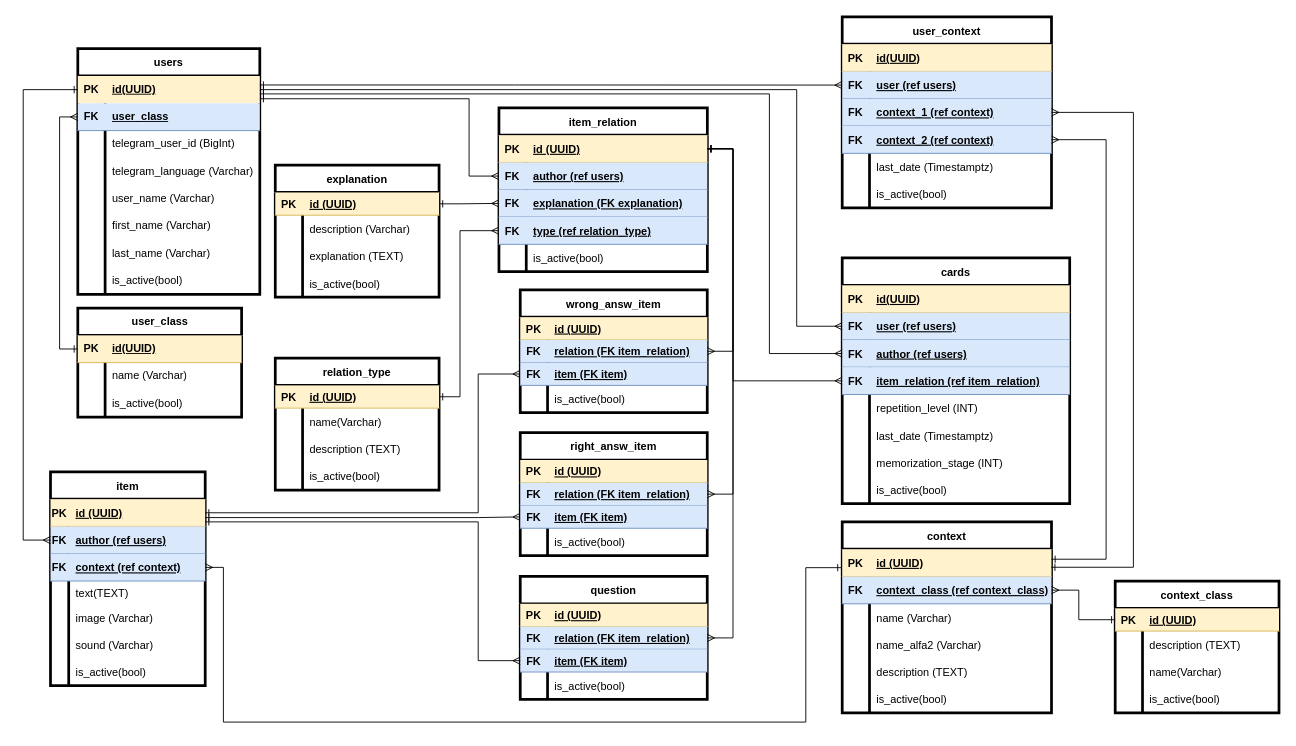
essayNEXT/REPETITOR keeps this draw.io diagram as doc/db_structure.drawio. Above is the earlier version. Source tidied: cells renumbered, new cells numbered last; positions are measured from the earlier drawing's top-left corner, leaving out a move shared by most shapes. Both pictures are drawn from the tidied source at 91%, with x=0, y=0 at pixel (23, 16).
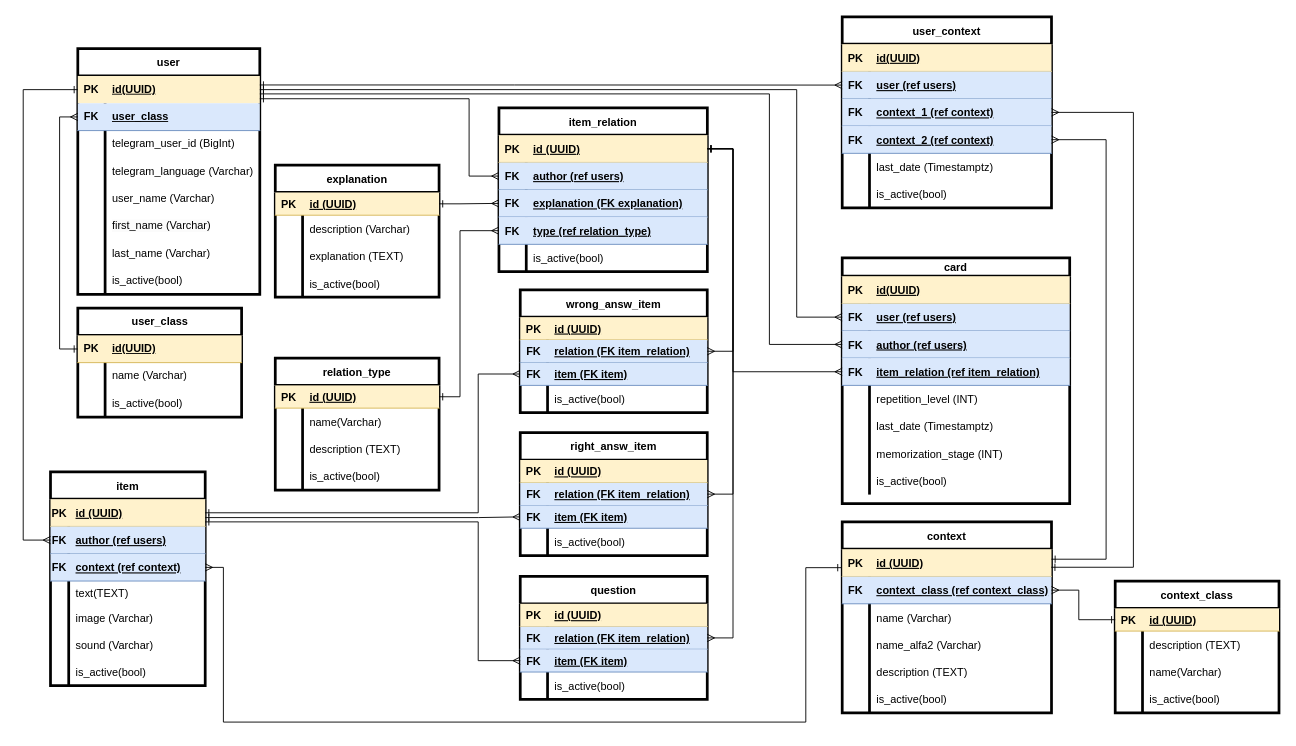
Above is the later version.

Change to the diagram source:
```diff
@@
-    <mxCell id="2" value="users" style="shape=table;startSize=30;childLayout=tableLayout;rowLines=0;fontStyle=1;align=center;html=1;whiteSpace=wrap;strokeWidth=3;" parent="1" vertex="1">
+    <mxCell id="2" value="user" style="shape=table;startSize=30;childLayout=tableLayout;rowLines=0;fontStyle=1;align=center;html=1;whiteSpace=wrap;strokeWidth=3;" parent="1" vertex="1">
       <mxGeometry x="60" y="35" width="200" height="270" as="geometry" />
     </mxCell>
@@
-    <mxCell id="76" value="cards" style="shape=table;startSize=30;childLayout=tableLayout;rowLines=0;fontStyle=1;align=center;strokeWidth=3;" parent="1" vertex="1">
+    <mxCell id="76" value="card" style="shape=table;startSize=20;childLayout=tableLayout;rowLines=0;fontStyle=1;align=center;strokeWidth=3;" parent="1" vertex="1">
       <mxGeometry x="900" y="265" width="250" height="270" as="geometry" />
     </mxCell>
     <mxCell id="77" style="shape=tableRow;horizontal=0;startSize=0;swimlaneHead=0;swimlaneBody=0;fillColor=#fff2cc;top=0;left=0;right=0;bottom=1;strokeColor=#d6b656;" parent="76" vertex="1">
-      <mxGeometry y="30" width="250" height="30" as="geometry" />
+      <mxGeometry y="20" width="250" height="30" as="geometry" />
     </mxCell>
@@
     <mxCell id="80" style="shape=tableRow;horizontal=0;startSize=0;swimlaneHead=0;swimlaneBody=0;fillColor=#dae8fc;points=[[0,0.5],[1,0.5]];portConstraint=eastwest;top=0;left=0;right=0;bottom=1;strokeColor=#6c8ebf;" parent="76" vertex="1">
-      <mxGeometry y="60" width="250" height="30" as="geometry" />
+      <mxGeometry y="50" width="250" height="30" as="geometry" />
     </mxCell>
@@
     <mxCell id="83" style="shape=tableRow;horizontal=0;startSize=0;swimlaneHead=0;swimlaneBody=0;fillColor=#dae8fc;points=[[0,0.5],[1,0.5]];portConstraint=eastwest;top=0;left=0;right=0;bottom=1;strokeColor=#6c8ebf;" parent="76" vertex="1">
-      <mxGeometry y="90" width="250" height="30" as="geometry" />
+      <mxGeometry y="80" width="250" height="30" as="geometry" />
     </mxCell>
@@
     <mxCell id="86" style="shape=tableRow;horizontal=0;startSize=0;swimlaneHead=0;swimlaneBody=0;fillColor=#dae8fc;points=[[0,0.5],[1,0.5]];portConstraint=eastwest;top=0;left=0;right=0;bottom=1;strokeColor=#6c8ebf;" parent="76" vertex="1">
-      <mxGeometry y="120" width="250" height="30" as="geometry" />
+      <mxGeometry y="110" width="250" height="30" as="geometry" />
     </mxCell>
@@
     <mxCell id="89" style="shape=tableRow;horizontal=0;startSize=0;swimlaneHead=0;swimlaneBody=0;fillColor=none;top=0;left=0;right=0;bottom=0;" parent="76" vertex="1">
-      <mxGeometry y="150" width="250" height="30" as="geometry" />
+      <mxGeometry y="140" width="250" height="30" as="geometry" />
     </mxCell>
@@
     <mxCell id="92" style="shape=tableRow;horizontal=0;startSize=0;swimlaneHead=0;swimlaneBody=0;fillColor=none;top=0;left=0;right=0;bottom=0;" parent="76" vertex="1">
-      <mxGeometry y="180" width="250" height="30" as="geometry" />
+      <mxGeometry y="170" width="250" height="30" as="geometry" />
     </mxCell>
@@
     <mxCell id="95" style="shape=tableRow;horizontal=0;startSize=0;swimlaneHead=0;swimlaneBody=0;fillColor=none;top=0;left=0;right=0;bottom=0;" parent="76" vertex="1">
-      <mxGeometry y="210" width="250" height="30" as="geometry" />
+      <mxGeometry y="200" width="250" height="30" as="geometry" />
     </mxCell>
@@
     <mxCell id="98" style="shape=tableRow;horizontal=0;startSize=0;swimlaneHead=0;swimlaneBody=0;fillColor=none;top=0;left=0;right=0;bottom=0;" parent="76" vertex="1">
-      <mxGeometry y="240" width="250" height="30" as="geometry" />
+      <mxGeometry y="230" width="250" height="30" as="geometry" />
     </mxCell>
```
